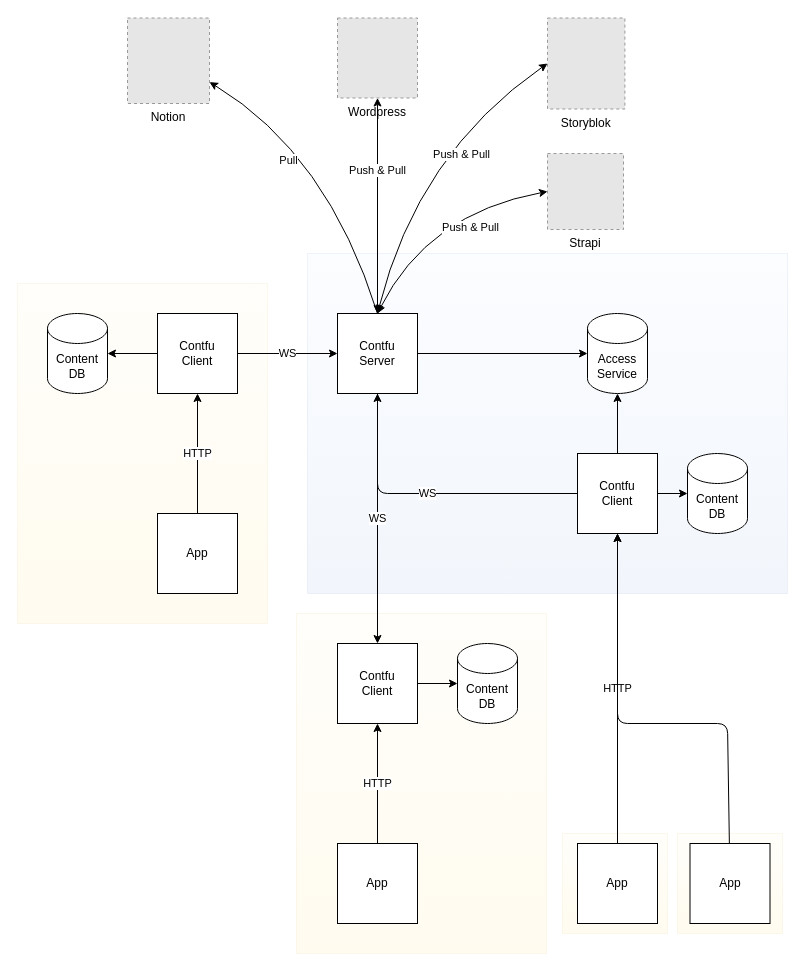
This is docs/contfu-topology.drawio from contfu/contfu, a draw.io file, before an edit. Source tidied: cells renumbered, new cells numbered last; positions are measured from the earlier drawing's top-left corner, leaving out a move shared by most shapes. Both pictures are drawn from the tidied source at 100%, with x=0, y=0 at pixel (17, 17). Pictures stored in the file or linked from it are replaced by grey dashed boxes.
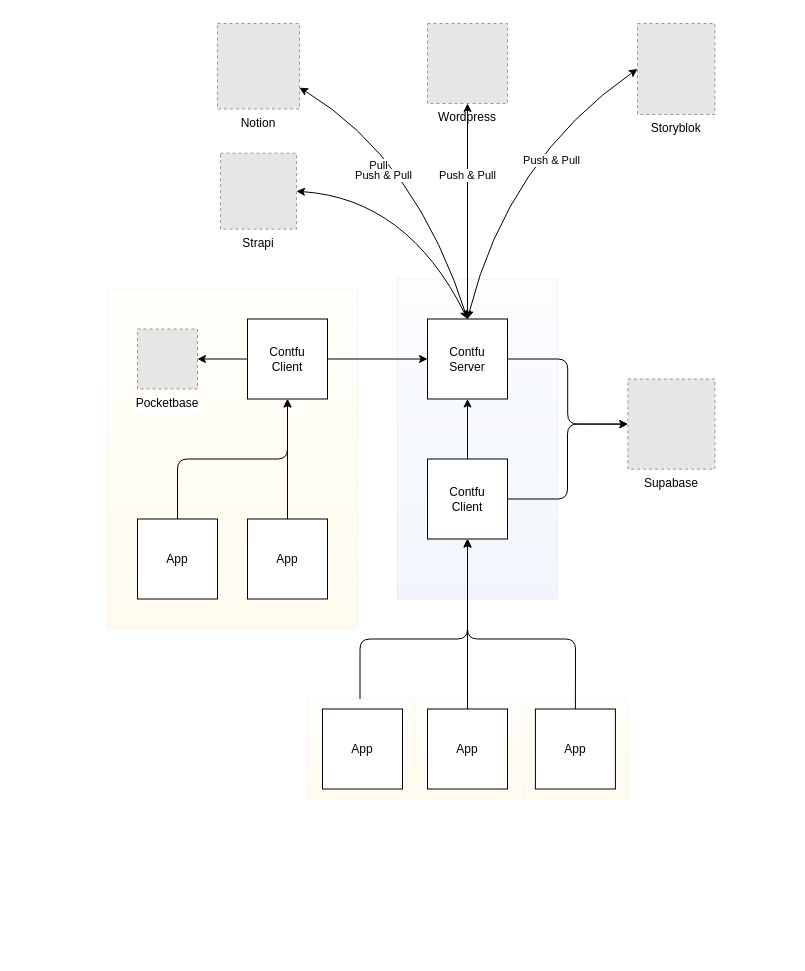
The same page after the edit.

Change to the diagram source:
```diff
@@
-    <mxCell id="2" style="rounded=0;whiteSpace=wrap;html=1;fillColor=#fff2cc;gradientColor=#ffd966;strokeColor=#d6b656;opacity=10;" parent="1" vertex="1">
-      <mxGeometry x="279" y="596" width="250" height="340" as="geometry" />
-    </mxCell>
     <mxCell id="3" style="rounded=0;whiteSpace=wrap;html=1;fillColor=#fff2cc;gradientColor=#ffd966;strokeColor=#d6b656;opacity=10;" parent="1" vertex="1">
-      <mxGeometry x="545" y="816" width="105" height="100" as="geometry" />
+      <mxGeometry x="290" y="681.5" width="105" height="100" as="geometry" />
     </mxCell>
     <mxCell id="4" style="rounded=0;whiteSpace=wrap;html=1;fillColor=#fff2cc;gradientColor=#ffd966;strokeColor=#d6b656;opacity=10;" parent="1" vertex="1">
-      <mxGeometry x="660" y="816" width="105" height="100" as="geometry" />
+      <mxGeometry x="397.5" y="681.5" width="105" height="100" as="geometry" />
     </mxCell>
     <mxCell id="5" style="rounded=0;whiteSpace=wrap;html=1;fillColor=#fff2cc;gradientColor=#ffd966;strokeColor=#d6b656;opacity=10;" parent="1" vertex="1">
-      <mxGeometry y="266" width="250" height="340" as="geometry" />
+      <mxGeometry x="90" y="271.5" width="250" height="340" as="geometry" />
     </mxCell>
     <mxCell id="6" style="rounded=0;whiteSpace=wrap;html=1;fillColor=#dae8fc;gradientColor=#7ea6e0;strokeColor=#6c8ebf;opacity=10;" parent="1" vertex="1">
-      <mxGeometry x="290" y="236" width="480" height="340" as="geometry" />
+      <mxGeometry x="380" y="261.5" width="160" height="320" as="geometry" />
     </mxCell>
-    <mxCell id="7" value="WS" style="edgeStyle=orthogonalEdgeStyle;rounded=0;jettySize=auto;html=1;entryX=0.5;entryY=0;entryDx=0;entryDy=0;" parent="1" edge="1" source="9" target="11">
-      <mxGeometry relative="1" as="geometry" />
-    </mxCell>
-    <mxCell id="8" style="edgeStyle=orthogonalEdgeStyle;rounded=0;jettySize=auto;html=1;entryX=0;entryY=0.5;entryDx=0;entryDy=0;entryPerimeter=0;" parent="1" edge="1" source="9" target="15">
+    <mxCell id="8" style="edgeStyle=orthogonalEdgeStyle;jettySize=auto;html=1;entryX=0;entryY=0.5;entryDx=0;entryDy=0;rounded=1;" parent="1" edge="1" source="9" target="41">
       <mxGeometry relative="1" as="geometry" />
     </mxCell>
     <mxCell id="9" value="&lt;div&gt;Contfu&lt;/div&gt;Server" style="whiteSpace=wrap;html=1;" parent="1" vertex="1">
-      <mxGeometry x="320" y="296" width="80" height="80" as="geometry" />
+      <mxGeometry x="410" y="301.5" width="80" height="80" as="geometry" />
     </mxCell>
-    <mxCell id="10" style="edgeStyle=orthogonalEdgeStyle;rounded=0;jettySize=auto;html=1;entryX=0;entryY=0.5;entryDx=0;entryDy=0;entryPerimeter=0;" parent="1" edge="1" source="11" target="16">
-      <mxGeometry relative="1" as="geometry" />
-    </mxCell>
-    <mxCell id="11" value="&lt;div&gt;Contfu&lt;/div&gt;Client" style="whiteSpace=wrap;html=1;" parent="1" vertex="1">
-      <mxGeometry x="320" y="626" width="80" height="80" as="geometry" />
-    </mxCell>
     <mxCell id="12" value="Pull" style="edgeStyle=none;html=1;entryX=0.5;entryY=0;entryDx=0;entryDy=0;exitX=1;exitY=0.75;exitDx=0;exitDy=0;startArrow=classic;startFill=1;endArrow=none;endFill=0;curved=1;" parent="1" edge="1" source="38" target="9">
       <mxGeometry x="-0.29" y="-26" relative="1" as="geometry">
         <Array as="points">
-          <mxPoint x="310" y="136" />
+          <mxPoint x="400" y="141.5" />
         </Array>
       </mxGeometry>
     </mxCell>
-    <mxCell id="13" value="HTTP" style="edgeStyle=orthogonalEdgeStyle;rounded=0;jettySize=auto;html=1;entryX=0.5;entryY=1;entryDx=0;entryDy=0;" parent="1" edge="1" source="14" target="11">
-      <mxGeometry relative="1" as="geometry" />
-    </mxCell>
-    <mxCell id="14" value="App" style="whiteSpace=wrap;html=1;" parent="1" vertex="1">
-      <mxGeometry x="320" y="826" width="80" height="80" as="geometry" />
-    </mxCell>
-    <mxCell id="15" value="Access&lt;br&gt;Service" style="shape=cylinder3;whiteSpace=wrap;html=1;boundedLbl=1;backgroundOutline=1;size=15;" parent="1" vertex="1">
-      <mxGeometry x="570" y="296" width="60" height="80" as="geometry" />
-    </mxCell>
-    <mxCell id="16" value="Content&lt;br&gt;DB" style="shape=cylinder3;whiteSpace=wrap;html=1;boundedLbl=1;backgroundOutline=1;size=15;" parent="1" vertex="1">
-      <mxGeometry x="440" y="626" width="60" height="80" as="geometry" />
-    </mxCell>
-    <mxCell id="17" style="edgeStyle=orthogonalEdgeStyle;rounded=0;jettySize=auto;html=1;entryX=0;entryY=0.5;entryDx=0;entryDy=0;entryPerimeter=0;strokeColor=default;" parent="1" edge="1" source="20" target="23">
-      <mxGeometry relative="1" as="geometry" />
-    </mxCell>
-    <mxCell id="18" style="edgeStyle=none;html=1;entryX=0.5;entryY=1;entryDx=0;entryDy=0;entryPerimeter=0;" parent="1" edge="1" source="20" target="15">
-      <mxGeometry relative="1" as="geometry" />
+    <mxCell id="18" style="edgeStyle=none;html=1;entryX=0;entryY=0.5;entryDx=0;entryDy=0;exitX=1;exitY=0.5;exitDx=0;exitDy=0;rounded=1;" parent="1" edge="1" source="20" target="41">
+      <mxGeometry relative="1" as="geometry">
+        <Array as="points">
+          <mxPoint x="550" y="481.5" />
+          <mxPoint x="550" y="406.5" />
+        </Array>
+      </mxGeometry>
     </mxCell>
-    <mxCell id="19" value="WS" style="edgeStyle=none;html=1;entryX=0.5;entryY=1;entryDx=0;entryDy=0;exitX=0;exitY=0.5;exitDx=0;exitDy=0;" parent="1" edge="1" source="20" target="9">
-      <mxGeometry relative="1" as="geometry">
-        <Array as="points">
-          <mxPoint x="360" y="476" />
-        </Array>
-      </mxGeometry>
+    <mxCell id="19" style="edgeStyle=none;html=1;entryX=0.5;entryY=1;entryDx=0;entryDy=0;exitX=0.5;exitY=0;exitDx=0;exitDy=0;" parent="1" edge="1" source="20" target="9">
+      <mxGeometry relative="1" as="geometry" />
     </mxCell>
     <mxCell id="20" value="&lt;div&gt;Contfu&lt;/div&gt;Client" style="whiteSpace=wrap;html=1;" parent="1" vertex="1">
-      <mxGeometry x="560" y="436" width="80" height="80" as="geometry" />
+      <mxGeometry x="410" y="441.5" width="80" height="80" as="geometry" />
     </mxCell>
-    <mxCell id="21" value="HTTP" style="edgeStyle=orthogonalEdgeStyle;rounded=0;jettySize=auto;html=1;entryX=0.5;entryY=1;entryDx=0;entryDy=0;" parent="1" edge="1" source="22" target="20">
-      <mxGeometry relative="1" as="geometry" />
+    <mxCell id="21" style="edgeStyle=orthogonalEdgeStyle;rounded=1;jettySize=auto;html=1;entryX=0.5;entryY=1;entryDx=0;entryDy=0;exitX=0.5;exitY=0;exitDx=0;exitDy=0;" parent="1" edge="1" source="3" target="20">
+      <mxGeometry relative="1" as="geometry">
+        <Array as="points">
+          <mxPoint x="343" y="621.5" />
+          <mxPoint x="450" y="621.5" />
+        </Array>
+      </mxGeometry>
     </mxCell>
     <mxCell id="22" value="App" style="whiteSpace=wrap;html=1;" parent="1" vertex="1">
-      <mxGeometry x="560" y="826" width="80" height="80" as="geometry" />
+      <mxGeometry x="305" y="691.5" width="80" height="80" as="geometry" />
     </mxCell>
-    <mxCell id="23" value="Content&lt;br&gt;DB" style="shape=cylinder3;whiteSpace=wrap;html=1;boundedLbl=1;backgroundOutline=1;size=15;" parent="1" vertex="1">
-      <mxGeometry x="670" y="436" width="60" height="80" as="geometry" />
-    </mxCell>
     <mxCell id="24" style="edgeStyle=none;html=1;entryX=0.5;entryY=1;entryDx=0;entryDy=0;strokeColor=default;rounded=1;" parent="1" edge="1" source="25" target="20">
-      <mxGeometry relative="1" as="geometry">
-        <Array as="points">
-          <mxPoint x="710" y="706" />
-          <mxPoint x="600" y="706" />
-        </Array>
-      </mxGeometry>
+      <mxGeometry relative="1" as="geometry" />
     </mxCell>
     <mxCell id="25" value="App" style="whiteSpace=wrap;html=1;" parent="1" vertex="1">
-      <mxGeometry x="672.5" y="826" width="80" height="80" as="geometry" />
+      <mxGeometry x="410" y="691.5" width="80" height="80" as="geometry" />
     </mxCell>
-    <mxCell id="26" style="edgeStyle=none;rounded=1;html=1;entryX=1;entryY=0.5;entryDx=0;entryDy=0;entryPerimeter=0;strokeColor=default;" parent="1" edge="1" source="28" target="31">
+    <mxCell id="26" style="edgeStyle=none;rounded=1;html=1;entryX=1;entryY=0.5;entryDx=0;entryDy=0;strokeColor=default;" parent="1" edge="1" source="28" target="42">
       <mxGeometry relative="1" as="geometry" />
     </mxCell>
-    <mxCell id="27" value="WS" style="edgeStyle=none;rounded=1;html=1;entryX=0;entryY=0.5;entryDx=0;entryDy=0;strokeColor=default;" parent="1" edge="1" source="28" target="9">
+    <mxCell id="27" style="edgeStyle=none;rounded=1;html=1;entryX=0;entryY=0.5;entryDx=0;entryDy=0;strokeColor=default;" parent="1" edge="1" source="28" target="9">
       <mxGeometry relative="1" as="geometry" />
     </mxCell>
     <mxCell id="28" value="&lt;div&gt;Contfu&lt;/div&gt;Client" style="whiteSpace=wrap;html=1;" parent="1" vertex="1">
-      <mxGeometry x="140" y="296" width="80" height="80" as="geometry" />
+      <mxGeometry x="230" y="301.5" width="80" height="80" as="geometry" />
     </mxCell>
-    <mxCell id="29" value="HTTP" style="edgeStyle=orthogonalEdgeStyle;rounded=0;jettySize=auto;html=1;entryX=0.5;entryY=1;entryDx=0;entryDy=0;" parent="1" edge="1" source="30" target="28">
-      <mxGeometry relative="1" as="geometry" />
+    <mxCell id="29" style="edgeStyle=orthogonalEdgeStyle;rounded=0;jettySize=auto;html=1;entryX=0.5;entryY=1;entryDx=0;entryDy=0;" parent="1" edge="1" source="30" target="28">
+      <mxGeometry x="-0.67" relative="1" as="geometry" />
     </mxCell>
     <mxCell id="30" value="App" style="whiteSpace=wrap;html=1;" parent="1" vertex="1">
-      <mxGeometry x="140" y="496" width="80" height="80" as="geometry" />
+      <mxGeometry x="230" y="501.5" width="80" height="80" as="geometry" />
     </mxCell>
-    <mxCell id="31" value="Content&lt;br&gt;DB" style="shape=cylinder3;whiteSpace=wrap;html=1;boundedLbl=1;backgroundOutline=1;size=15;" parent="1" vertex="1">
-      <mxGeometry x="30" y="296" width="60" height="80" as="geometry" />
-    </mxCell>
@@
     <mxCell id="33" value="Push &amp;amp; Pull" style="edgeStyle=none;html=1;entryX=0.5;entryY=0;entryDx=0;entryDy=0;strokeColor=default;startArrow=classic;startFill=1;exitX=0;exitY=0.5;exitDx=0;exitDy=0;curved=1;" parent="1" edge="1" source="36" target="9">
       <mxGeometry x="-0.24" y="26" relative="1" as="geometry">
         <Array as="points">
-          <mxPoint x="400" y="136" />
+          <mxPoint x="490" y="141.5" />
         </Array>
       </mxGeometry>
     </mxCell>
-    <mxCell id="34" value="Push &amp;amp; Pull" style="edgeStyle=none;html=1;entryX=0.5;entryY=0;entryDx=0;entryDy=0;strokeColor=default;startArrow=classic;startFill=1;exitX=0;exitY=0.5;exitDx=0;exitDy=0;curved=1;" parent="1" edge="1" source="37" target="9">
+    <mxCell id="34" value="Push &amp;amp; Pull" style="edgeStyle=none;html=1;entryX=0.5;entryY=0;entryDx=0;entryDy=0;strokeColor=default;startArrow=classic;startFill=1;exitX=1;exitY=0.5;exitDx=0;exitDy=0;curved=1;" parent="1" edge="1" source="37" target="9">
       <mxGeometry x="-0.3" y="22" relative="1" as="geometry">
         <Array as="points">
-          <mxPoint x="410" y="196" />
+          <mxPoint x="390" y="181.5" />
         </Array>
       </mxGeometry>
     </mxCell>
     <mxCell id="35" value="Wordpress" style="fillColor=#E6E6E6;strokeColor=#999999;dashed=1;verticalLabelPosition=bottom;verticalAlign=top;" parent="1" vertex="1">
-      <mxGeometry x="320" y="0.5" width="80" height="80" as="geometry" />
+      <mxGeometry x="410" y="6" width="80" height="80" as="geometry" />
     </mxCell>
     <mxCell id="36" value="Storyblok" style="fillColor=#E6E6E6;strokeColor=#999999;dashed=1;verticalLabelPosition=bottom;verticalAlign=top;" parent="1" vertex="1">
-      <mxGeometry x="530" y="0.5" width="77.4" height="91" as="geometry" />
+      <mxGeometry x="620" y="6" width="77.4" height="91" as="geometry" />
     </mxCell>
     <mxCell id="37" value="Strapi" style="fillColor=#E6E6E6;strokeColor=#999999;dashed=1;verticalLabelPosition=bottom;labelBackgroundColor=default;verticalAlign=top;" parent="1" vertex="1">
-      <mxGeometry x="530" y="136" width="76" height="76" as="geometry" />
+      <mxGeometry x="203" y="135.7" width="76" height="76" as="geometry" />
     </mxCell>
     <mxCell id="38" value="Notion" style="fillColor=#E6E6E6;strokeColor=#999999;dashed=1;verticalLabelPosition=bottom;labelBackgroundColor=default;verticalAlign=top;" parent="1" vertex="1">
-      <mxGeometry x="110" y="0.5" width="82" height="85.5" as="geometry" />
+      <mxGeometry x="200" y="6" width="82" height="85.5" as="geometry" />
     </mxCell>
+    <mxCell id="39" value="App" style="whiteSpace=wrap;html=1;" parent="1" vertex="1">
+      <mxGeometry x="120" y="501.5" width="80" height="80" as="geometry" />
+    </mxCell>
+    <mxCell id="40" style="edgeStyle=orthogonalEdgeStyle;rounded=1;jettySize=auto;html=1;entryX=0.5;entryY=1;entryDx=0;entryDy=0;exitX=0.5;exitY=0;exitDx=0;exitDy=0;" parent="1" edge="1" source="39" target="28">
+      <mxGeometry relative="1" as="geometry" />
+    </mxCell>
+    <mxCell id="41" value="Supabase" style="fillColor=#E6E6E6;strokeColor=#999999;dashed=1;verticalLabelPosition=bottom;labelBackgroundColor=default;verticalAlign=top;" parent="1" vertex="1">
+      <mxGeometry x="610.4" y="361.5" width="87" height="90.2" as="geometry" />
+    </mxCell>
+    <mxCell id="42" value="Pocketbase" style="fillColor=#E6E6E6;strokeColor=#999999;dashed=1;verticalLabelPosition=bottom;labelBackgroundColor=default;verticalAlign=top;" parent="1" vertex="1">
+      <mxGeometry x="120" y="311.5" width="60" height="60" as="geometry" />
+    </mxCell>
+    <mxCell id="43" style="rounded=0;whiteSpace=wrap;html=1;fillColor=#fff2cc;gradientColor=#ffd966;strokeColor=#d6b656;opacity=10;" parent="1" vertex="1">
+      <mxGeometry x="505.4" y="681.5" width="105" height="100" as="geometry" />
+    </mxCell>
+    <mxCell id="44" style="edgeStyle=none;rounded=1;html=1;exitX=0.5;exitY=0;exitDx=0;exitDy=0;entryX=0.5;entryY=1;entryDx=0;entryDy=0;" parent="1" edge="1" source="45" target="20">
+      <mxGeometry relative="1" as="geometry">
+        <Array as="points">
+          <mxPoint x="558" y="621.5" />
+          <mxPoint x="450" y="621.5" />
+        </Array>
+      </mxGeometry>
+    </mxCell>
+    <mxCell id="45" value="App" style="whiteSpace=wrap;html=1;" parent="1" vertex="1">
+      <mxGeometry x="517.9" y="691.5" width="80" height="80" as="geometry" />
+    </mxCell>
```
